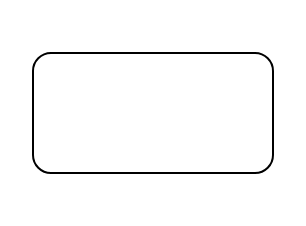
Before: 未命名绘图.drawio in fanguandeng/fan, a draw.io diagram. Source tidied: cells renumbered, new cells numbered last; positions are measured from the earlier drawing's top-left corner, leaving out a move shared by most shapes. Both pictures are drawn from the tidied source at 200%, with x=0, y=0 at pixel (32, 52).
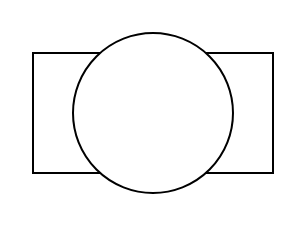
After the change.

Commit message (it also covers changes not shown here):
更新未命名绘图.drawio

Change to the diagram source:
```diff
@@
 <mxGraphModel>
   <root>
     <mxCell id="0" />
     <mxCell id="1" parent="0" />
     <mxCell id="2" style="rounded=1;whiteSpace=wrap;html=1;" parent="1" vertex="1">
       <mxGeometry width="120" height="60" as="geometry" />
     </mxCell>
+    <mxCell id="3" style="rounded=0;whiteSpace=wrap;html=1;" parent="1" vertex="1">
+      <mxGeometry width="120" height="60" as="geometry" />
+    </mxCell>
+    <mxCell id="4" style="ellipse;whiteSpace=wrap;html=1;" parent="1" vertex="1">
+      <mxGeometry x="20" y="-10" width="80" height="80" as="geometry" />
+    </mxCell>
   </root>
 </mxGraphModel>
```
